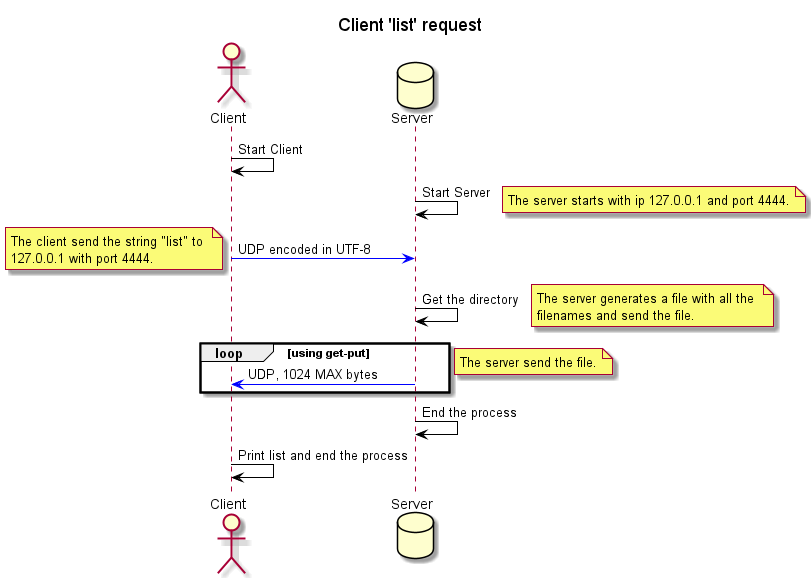
Zettaiki/Client-Server-UDP-file-transfer keeps this PlantUML diagram as UML/ClientListUML.png. Above is the earlier version.
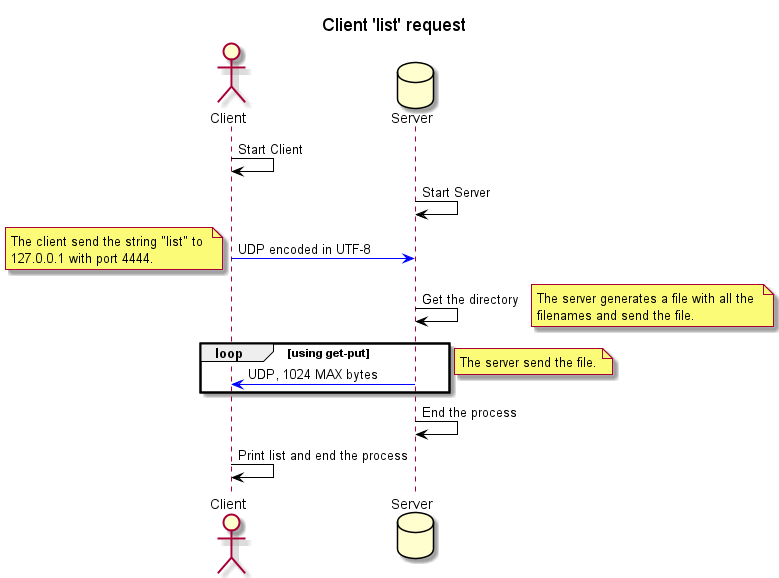
The same diagram one commit later.

The edit, as a diff of the source:
```diff
@@ -6,9 +6,6 @@
 database Server as Server
 Client -[#Black]> Client : Start Client
 Server -[#Black]> Server : Start Server
-note right
-The server starts with ip 127.0.0.1 and port 4444.
-end note
 Client -[#Blue]> Server : UDP encoded in UTF-8
 note left
 The client send the string "list" to
```
